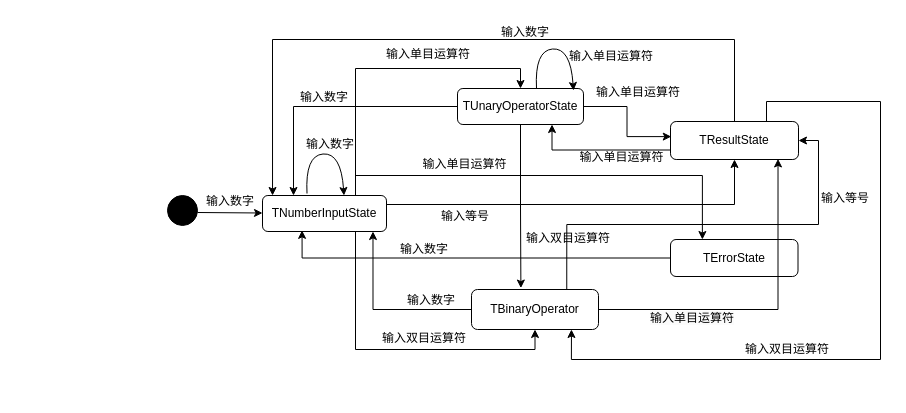
Above: images1/未命名绘图.drawio in Alemdx/pic-bed (draw.io), before the change. Source tidied: cells renumbered, new cells numbered last; positions are measured from the earlier drawing's top-left corner, leaving out a move shared by most shapes. Both pictures are drawn from the tidied source at 100%, with x=0, y=0 at pixel (167, 17).
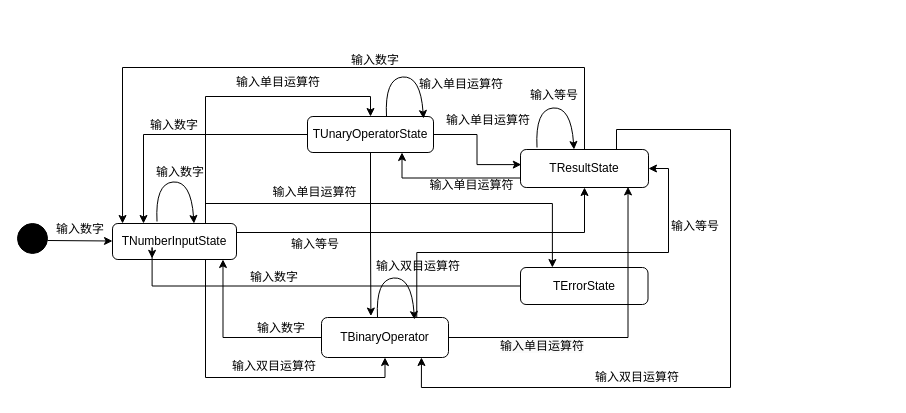
Above is the later version.

Change to the diagram source:
```diff
@@
+    <mxCell id="42" style="group;" parent="1" vertex="1">
+      <mxGeometry x="-150" y="28" width="713" height="347" as="geometry" />
+    </mxCell>
+    <mxCell id="3" value="TErrorState" style="rounded=1;whiteSpace=wrap;html=1;" parent="42" vertex="1">
+      <mxGeometry x="503" y="222" width="127.5" height="37" as="geometry" />
+    </mxCell>
+    <mxCell id="6" style="edgeStyle=orthogonalEdgeStyle;rounded=0;jettySize=auto;html=1;exitX=0.75;exitY=0;exitDx=0;exitDy=0;entryX=0.25;entryY=0;entryDx=0;entryDy=0;" parent="42" edge="1" source="8" target="3">
+      <mxGeometry relative="1" as="geometry" />
+    </mxCell>
+    <mxCell id="8" value="TNumberInputState" style="rounded=1;whiteSpace=wrap;html=1;" parent="42" vertex="1">
+      <mxGeometry x="95" y="178" width="124" height="36" as="geometry" />
+    </mxCell>
-    <mxCell id="2" style="edgeStyle=orthogonalEdgeStyle;rounded=0;jettySize=auto;html=1;exitX=0;exitY=0.5;exitDx=0;exitDy=0;entryX=0.319;entryY=0.968;entryDx=0;entryDy=0;entryPerimeter=0;" parent="1" edge="1" source="3" target="8">
+    <mxCell id="2" style="edgeStyle=orthogonalEdgeStyle;rounded=0;jettySize=auto;html=1;exitX=0;exitY=0.5;exitDx=0;exitDy=0;entryX=0.319;entryY=0.968;entryDx=0;entryDy=0;entryPerimeter=0;" parent="42" edge="1" source="3" target="8">
       <mxGeometry relative="1" as="geometry" />
     </mxCell>
-    <mxCell id="3" value="TErrorState" style="rounded=1;whiteSpace=wrap;html=1;" parent="1" vertex="1">
-      <mxGeometry x="503" y="222" width="127.5" height="37" as="geometry" />
-    </mxCell>
-    <mxCell id="4" style="edgeStyle=orthogonalEdgeStyle;rounded=0;jettySize=auto;html=1;exitX=0.75;exitY=0;exitDx=0;exitDy=0;entryX=0.5;entryY=0;entryDx=0;entryDy=0;" parent="1" edge="1" source="8" target="13">
-      <mxGeometry relative="1" as="geometry" />
-    </mxCell>
-    <mxCell id="5" style="edgeStyle=orthogonalEdgeStyle;rounded=0;jettySize=auto;html=1;exitX=1;exitY=0.25;exitDx=0;exitDy=0;" parent="1" edge="1" source="8" target="21">
-      <mxGeometry relative="1" as="geometry" />
-    </mxCell>
-    <mxCell id="6" style="edgeStyle=orthogonalEdgeStyle;rounded=0;jettySize=auto;html=1;exitX=0.75;exitY=0;exitDx=0;exitDy=0;entryX=0.25;entryY=0;entryDx=0;entryDy=0;" parent="1" edge="1" source="8" target="3">
-      <mxGeometry relative="1" as="geometry" />
-    </mxCell>
-    <mxCell id="7" style="edgeStyle=orthogonalEdgeStyle;rounded=0;jettySize=auto;html=1;exitX=0.75;exitY=1;exitDx=0;exitDy=0;entryX=0.5;entryY=1;entryDx=0;entryDy=0;" parent="1" edge="1" source="8" target="17">
-      <mxGeometry relative="1" as="geometry" />
-    </mxCell>
-    <mxCell id="8" value="TNumberInputState" style="rounded=1;whiteSpace=wrap;html=1;" parent="1" vertex="1">
-      <mxGeometry x="95" y="178" width="124" height="36" as="geometry" />
-    </mxCell>
-    <mxCell id="9" style="ellipse;fillColor=strokeColor;html=1;" parent="1" vertex="1">
+    <mxCell id="9" style="ellipse;fillColor=strokeColor;html=1;" parent="42" vertex="1">
       <mxGeometry y="178" width="30" height="30" as="geometry" />
     </mxCell>
-    <mxCell id="10" style="edgeStyle=orthogonalEdgeStyle;rounded=0;jettySize=auto;html=1;exitX=1;exitY=0.5;exitDx=0;exitDy=0;entryX=0.006;entryY=0.398;entryDx=0;entryDy=0;entryPerimeter=0;" parent="1" edge="1" source="13" target="21">
-      <mxGeometry relative="1" as="geometry" />
-    </mxCell>
-    <mxCell id="11" style="edgeStyle=orthogonalEdgeStyle;rounded=0;jettySize=auto;html=1;exitX=0.5;exitY=1;exitDx=0;exitDy=0;entryX=0.389;entryY=-0.036;entryDx=0;entryDy=0;entryPerimeter=0;" parent="1" edge="1" source="13" target="17">
-      <mxGeometry relative="1" as="geometry" />
-    </mxCell>
-    <mxCell id="12" style="edgeStyle=orthogonalEdgeStyle;rounded=0;jettySize=auto;html=1;exitX=0;exitY=0.5;exitDx=0;exitDy=0;entryX=0.25;entryY=0;entryDx=0;entryDy=0;" parent="1" edge="1" source="13" target="8">
+    <mxCell id="12" style="edgeStyle=orthogonalEdgeStyle;rounded=0;jettySize=auto;html=1;exitX=0;exitY=0.5;exitDx=0;exitDy=0;entryX=0.25;entryY=0;entryDx=0;entryDy=0;" parent="42" edge="1" source="13" target="8">
       <mxGeometry relative="1" as="geometry" />
     </mxCell>
-    <mxCell id="13" value="TUnaryOperatorState" style="rounded=1;whiteSpace=wrap;html=1;" parent="1" vertex="1">
+    <mxCell id="13" value="TUnaryOperatorState" style="rounded=1;whiteSpace=wrap;html=1;" parent="42" vertex="1">
       <mxGeometry x="290" y="71" width="126" height="36" as="geometry" />
     </mxCell>
-    <mxCell id="14" style="edgeStyle=orthogonalEdgeStyle;rounded=0;jettySize=auto;html=1;exitX=1;exitY=0.5;exitDx=0;exitDy=0;entryX=0.84;entryY=0.985;entryDx=0;entryDy=0;entryPerimeter=0;" parent="1" edge="1" source="17" target="21">
-      <mxGeometry relative="1" as="geometry" />
-    </mxCell>
-    <mxCell id="15" style="edgeStyle=orthogonalEdgeStyle;rounded=0;jettySize=auto;html=1;exitX=0.75;exitY=0;exitDx=0;exitDy=0;entryX=1;entryY=0.5;entryDx=0;entryDy=0;" parent="1" edge="1" source="17" target="21">
-      <mxGeometry relative="1" as="geometry" />
-    </mxCell>
+    <mxCell id="4" style="edgeStyle=orthogonalEdgeStyle;rounded=0;jettySize=auto;html=1;exitX=0.75;exitY=0;exitDx=0;exitDy=0;entryX=0.5;entryY=0;entryDx=0;entryDy=0;" parent="42" edge="1" source="8" target="13">
+      <mxGeometry relative="1" as="geometry" />
+    </mxCell>
-    <mxCell id="16" style="edgeStyle=orthogonalEdgeStyle;rounded=0;jettySize=auto;html=1;exitX=0;exitY=0.5;exitDx=0;exitDy=0;entryX=0.891;entryY=1;entryDx=0;entryDy=0;entryPerimeter=0;" parent="1" edge="1" source="17" target="8">
+    <mxCell id="16" style="edgeStyle=orthogonalEdgeStyle;rounded=0;jettySize=auto;html=1;exitX=0;exitY=0.5;exitDx=0;exitDy=0;entryX=0.891;entryY=1;entryDx=0;entryDy=0;entryPerimeter=0;" parent="42" edge="1" source="17" target="8">
       <mxGeometry relative="1" as="geometry" />
     </mxCell>
-    <mxCell id="17" value="TBinaryOperator" style="rounded=1;whiteSpace=wrap;html=1;" parent="1" vertex="1">
+    <mxCell id="17" value="TBinaryOperator" style="rounded=1;whiteSpace=wrap;html=1;" parent="42" vertex="1">
       <mxGeometry x="304" y="272" width="127" height="40" as="geometry" />
     </mxCell>
+    <mxCell id="7" style="edgeStyle=orthogonalEdgeStyle;rounded=0;jettySize=auto;html=1;exitX=0.75;exitY=1;exitDx=0;exitDy=0;entryX=0.5;entryY=1;entryDx=0;entryDy=0;" parent="42" edge="1" source="8" target="17">
+      <mxGeometry relative="1" as="geometry" />
+    </mxCell>
+    <mxCell id="11" style="edgeStyle=orthogonalEdgeStyle;rounded=0;jettySize=auto;html=1;exitX=0.5;exitY=1;exitDx=0;exitDy=0;entryX=0.389;entryY=-0.036;entryDx=0;entryDy=0;entryPerimeter=0;" parent="42" edge="1" source="13" target="17">
+      <mxGeometry relative="1" as="geometry" />
+    </mxCell>
-    <mxCell id="18" style="edgeStyle=orthogonalEdgeStyle;rounded=0;jettySize=auto;html=1;exitX=0.5;exitY=0;exitDx=0;exitDy=0;entryX=0.081;entryY=0;entryDx=0;entryDy=0;entryPerimeter=0;" parent="1" edge="1" source="21" target="8">
+    <mxCell id="18" style="edgeStyle=orthogonalEdgeStyle;rounded=0;jettySize=auto;html=1;exitX=0.5;exitY=0;exitDx=0;exitDy=0;entryX=0.081;entryY=0;entryDx=0;entryDy=0;entryPerimeter=0;" parent="42" edge="1" source="21" target="8">
       <mxGeometry relative="1" as="geometry">
         <Array as="points">
           <mxPoint x="567" y="22" />
           <mxPoint x="105" y="22" />
         </Array>
       </mxGeometry>
     </mxCell>
-    <mxCell id="19" style="edgeStyle=orthogonalEdgeStyle;rounded=0;jettySize=auto;html=1;exitX=0;exitY=0.75;exitDx=0;exitDy=0;entryX=0.75;entryY=1;entryDx=0;entryDy=0;" parent="1" edge="1" source="21" target="13">
+    <mxCell id="19" style="edgeStyle=orthogonalEdgeStyle;rounded=0;jettySize=auto;html=1;exitX=0;exitY=0.75;exitDx=0;exitDy=0;entryX=0.75;entryY=1;entryDx=0;entryDy=0;" parent="42" edge="1" source="21" target="13">
       <mxGeometry relative="1" as="geometry" />
     </mxCell>
-    <mxCell id="20" style="edgeStyle=orthogonalEdgeStyle;rounded=0;jettySize=auto;html=1;exitX=0.75;exitY=0;exitDx=0;exitDy=0;entryX=0.787;entryY=1;entryDx=0;entryDy=0;entryPerimeter=0;" parent="1" edge="1" source="21" target="17">
+    <mxCell id="20" style="edgeStyle=orthogonalEdgeStyle;rounded=0;jettySize=auto;html=1;exitX=0.75;exitY=0;exitDx=0;exitDy=0;entryX=0.787;entryY=1;entryDx=0;entryDy=0;entryPerimeter=0;" parent="42" edge="1" source="21" target="17">
       <mxGeometry relative="1" as="geometry">
         <Array as="points">
           <mxPoint x="599" y="84" />
           <mxPoint x="713" y="84" />
           <mxPoint x="713" y="342" />
           <mxPoint x="404" y="342" />
         </Array>
       </mxGeometry>
     </mxCell>
-    <mxCell id="21" value="TResultState" style="rounded=1;whiteSpace=wrap;html=1;" parent="1" vertex="1">
+    <mxCell id="21" value="TResultState" style="rounded=1;whiteSpace=wrap;html=1;" parent="42" vertex="1">
       <mxGeometry x="503" y="104" width="128" height="38" as="geometry" />
     </mxCell>
+    <mxCell id="5" style="edgeStyle=orthogonalEdgeStyle;rounded=0;jettySize=auto;html=1;exitX=1;exitY=0.25;exitDx=0;exitDy=0;" parent="42" edge="1" source="8" target="21">
+      <mxGeometry relative="1" as="geometry" />
+    </mxCell>
+    <mxCell id="10" style="edgeStyle=orthogonalEdgeStyle;rounded=0;jettySize=auto;html=1;exitX=1;exitY=0.5;exitDx=0;exitDy=0;entryX=0.006;entryY=0.398;entryDx=0;entryDy=0;entryPerimeter=0;" parent="42" edge="1" source="13" target="21">
+      <mxGeometry relative="1" as="geometry" />
+    </mxCell>
+    <mxCell id="14" style="edgeStyle=orthogonalEdgeStyle;rounded=0;jettySize=auto;html=1;exitX=1;exitY=0.5;exitDx=0;exitDy=0;entryX=0.84;entryY=0.985;entryDx=0;entryDy=0;entryPerimeter=0;" parent="42" edge="1" source="17" target="21">
+      <mxGeometry relative="1" as="geometry" />
+    </mxCell>
+    <mxCell id="15" style="edgeStyle=orthogonalEdgeStyle;rounded=0;jettySize=auto;html=1;exitX=0.75;exitY=0;exitDx=0;exitDy=0;entryX=1;entryY=0.5;entryDx=0;entryDy=0;" parent="42" edge="1" source="17" target="21">
+      <mxGeometry relative="1" as="geometry" />
+    </mxCell>
-    <mxCell id="22" style="endArrow=classic;html=1;rounded=0;" parent="1" edge="1" target="8">
+    <mxCell id="22" style="endArrow=classic;html=1;rounded=0;" parent="42" edge="1" target="8">
       <mxGeometry relative="1" as="geometry">
         <mxPoint x="30" y="195" as="sourcePoint" />
       </mxGeometry>
     </mxCell>
-    <mxCell id="23" value="输入数字" style="text;html=1;strokeColor=none;fillColor=none;align=center;verticalAlign=middle;whiteSpace=wrap;rounded=0;" parent="1" vertex="1">
+    <mxCell id="23" value="输入数字" style="text;html=1;strokeColor=none;fillColor=none;align=center;verticalAlign=middle;whiteSpace=wrap;rounded=0;" parent="42" vertex="1">
       <mxGeometry x="33" y="169" width="60" height="30" as="geometry" />
     </mxCell>
-    <mxCell id="24" value="输入单目运算符" style="text;html=1;strokeColor=none;fillColor=none;align=center;verticalAlign=middle;whiteSpace=wrap;rounded=0;" parent="1" vertex="1">
+    <mxCell id="24" value="输入单目运算符" style="text;html=1;strokeColor=none;fillColor=none;align=center;verticalAlign=middle;whiteSpace=wrap;rounded=0;" parent="42" vertex="1">
       <mxGeometry x="214" y="22" width="94" height="30" as="geometry" />
     </mxCell>
-    <mxCell id="25" value="输入单目运算符" style="text;html=1;strokeColor=none;fillColor=none;align=center;verticalAlign=middle;whiteSpace=wrap;rounded=0;" parent="1" vertex="1">
+    <mxCell id="25" value="输入单目运算符" style="text;html=1;strokeColor=none;fillColor=none;align=center;verticalAlign=middle;whiteSpace=wrap;rounded=0;" parent="42" vertex="1">
       <mxGeometry x="250" y="132" width="95" height="30" as="geometry" />
     </mxCell>
-    <mxCell id="26" value="输入等号" style="text;html=1;strokeColor=none;fillColor=none;align=center;verticalAlign=middle;whiteSpace=wrap;rounded=0;" parent="1" vertex="1">
+    <mxCell id="26" value="输入等号" style="text;html=1;strokeColor=none;fillColor=none;align=center;verticalAlign=middle;whiteSpace=wrap;rounded=0;" parent="42" vertex="1">
       <mxGeometry x="267.5" y="184" width="60" height="30" as="geometry" />
     </mxCell>
-    <mxCell id="27" value="输入双目运算符" style="text;html=1;strokeColor=none;fillColor=none;align=center;verticalAlign=middle;whiteSpace=wrap;rounded=0;" parent="1" vertex="1">
+    <mxCell id="27" value="输入双目运算符" style="text;html=1;strokeColor=none;fillColor=none;align=center;verticalAlign=middle;whiteSpace=wrap;rounded=0;" parent="42" vertex="1">
       <mxGeometry x="206" y="306" width="102" height="30" as="geometry" />
     </mxCell>
-    <mxCell id="28" value="输入单目运算符" style="text;html=1;strokeColor=none;fillColor=none;align=center;verticalAlign=middle;whiteSpace=wrap;rounded=0;" parent="1" vertex="1">
+    <mxCell id="28" value="输入单目运算符" style="text;html=1;strokeColor=none;fillColor=none;align=center;verticalAlign=middle;whiteSpace=wrap;rounded=0;" parent="42" vertex="1">
       <mxGeometry x="424" y="60" width="94" height="30" as="geometry" />
     </mxCell>
-    <mxCell id="29" value="输入双目运算符" style="text;html=1;strokeColor=none;fillColor=none;align=center;verticalAlign=middle;whiteSpace=wrap;rounded=0;" parent="1" vertex="1">
+    <mxCell id="29" value="输入双目运算符" style="text;html=1;strokeColor=none;fillColor=none;align=center;verticalAlign=middle;whiteSpace=wrap;rounded=0;" parent="42" vertex="1">
       <mxGeometry x="355" y="210" width="92" height="21" as="geometry" />
     </mxCell>
-    <mxCell id="30" value="&lt;span style=&quot;color: rgb(0, 0, 0); font-family: Helvetica; font-size: 12px; font-style: normal; font-variant-ligatures: normal; font-variant-caps: normal; font-weight: 400; letter-spacing: normal; orphans: 2; text-align: center; text-indent: 0px; text-transform: none; widows: 2; word-spacing: 0px; -webkit-text-stroke-width: 0px; background-color: rgb(251, 251, 251); text-decoration-thickness: initial; text-decoration-style: initial; text-decoration-color: initial; float: none; display: inline !important;&quot;&gt;输入单目运算符&lt;/span&gt;" style="text;whiteSpace=wrap;html=1;" parent="1" vertex="1">
+    <mxCell id="30" value="&lt;span style=&quot;color: rgb(0, 0, 0); font-family: Helvetica; font-size: 12px; font-style: normal; font-variant-ligatures: normal; font-variant-caps: normal; font-weight: 400; letter-spacing: normal; orphans: 2; text-align: center; text-indent: 0px; text-transform: none; widows: 2; word-spacing: 0px; -webkit-text-stroke-width: 0px; background-color: rgb(251, 251, 251); text-decoration-thickness: initial; text-decoration-style: initial; text-decoration-color: initial; float: none; display: inline !important;&quot;&gt;输入单目运算符&lt;/span&gt;" style="text;whiteSpace=wrap;html=1;" parent="42" vertex="1">
       <mxGeometry x="481" y="287" width="112" height="36" as="geometry" />
     </mxCell>
-    <mxCell id="31" value="输入等号" style="text;html=1;strokeColor=none;fillColor=none;align=center;verticalAlign=middle;whiteSpace=wrap;rounded=0;" parent="1" vertex="1">
+    <mxCell id="31" value="输入等号" style="text;html=1;strokeColor=none;fillColor=none;align=center;verticalAlign=middle;whiteSpace=wrap;rounded=0;" parent="42" vertex="1">
       <mxGeometry x="648" y="166" width="60" height="30" as="geometry" />
     </mxCell>
-    <mxCell id="32" value="输入数字" style="text;html=1;strokeColor=none;fillColor=none;align=center;verticalAlign=middle;whiteSpace=wrap;rounded=0;" parent="1" vertex="1">
+    <mxCell id="32" value="输入数字" style="text;html=1;strokeColor=none;fillColor=none;align=center;verticalAlign=middle;whiteSpace=wrap;rounded=0;" parent="42" vertex="1">
       <mxGeometry x="234" y="268" width="60" height="30" as="geometry" />
     </mxCell>
-    <mxCell id="33" value="输入数字" style="text;html=1;strokeColor=none;fillColor=none;align=center;verticalAlign=middle;whiteSpace=wrap;rounded=0;" parent="1" vertex="1">
+    <mxCell id="33" value="输入数字" style="text;html=1;strokeColor=none;fillColor=none;align=center;verticalAlign=middle;whiteSpace=wrap;rounded=0;" parent="42" vertex="1">
       <mxGeometry x="127" y="65" width="60" height="30" as="geometry" />
     </mxCell>
-    <mxCell id="34" value="输入数字" style="text;html=1;strokeColor=none;fillColor=none;align=center;verticalAlign=middle;whiteSpace=wrap;rounded=0;" parent="1" vertex="1">
+    <mxCell id="34" value="输入数字" style="text;html=1;strokeColor=none;fillColor=none;align=center;verticalAlign=middle;whiteSpace=wrap;rounded=0;" parent="42" vertex="1">
       <mxGeometry x="327.5" width="60" height="30" as="geometry" />
     </mxCell>
-    <mxCell id="35" value="输入单目运算符" style="text;html=1;strokeColor=none;fillColor=none;align=center;verticalAlign=middle;whiteSpace=wrap;rounded=0;" parent="1" vertex="1">
+    <mxCell id="35" value="输入单目运算符" style="text;html=1;strokeColor=none;fillColor=none;align=center;verticalAlign=middle;whiteSpace=wrap;rounded=0;" parent="42" vertex="1">
       <mxGeometry x="409" y="125" width="91" height="30" as="geometry" />
     </mxCell>
-    <mxCell id="36" value="输入双目运算符" style="text;html=1;strokeColor=none;fillColor=none;align=center;verticalAlign=middle;whiteSpace=wrap;rounded=0;" parent="1" vertex="1">
+    <mxCell id="36" value="输入双目运算符" style="text;html=1;strokeColor=none;fillColor=none;align=center;verticalAlign=middle;whiteSpace=wrap;rounded=0;" parent="42" vertex="1">
       <mxGeometry x="576" y="317" width="88" height="30" as="geometry" />
     </mxCell>
-    <mxCell id="37" value="输入数字" style="text;html=1;strokeColor=none;fillColor=none;align=center;verticalAlign=middle;whiteSpace=wrap;rounded=0;" parent="1" vertex="1">
+    <mxCell id="37" value="输入数字" style="text;html=1;strokeColor=none;fillColor=none;align=center;verticalAlign=middle;whiteSpace=wrap;rounded=0;" parent="42" vertex="1">
       <mxGeometry x="227" y="217" width="60" height="30" as="geometry" />
     </mxCell>
-    <mxCell id="38" style="curved=1;endArrow=classic;html=1;rounded=0;" parent="1" edge="1">
+    <mxCell id="38" style="curved=1;endArrow=classic;html=1;rounded=0;" parent="42" edge="1">
       <mxGeometry relative="1" as="geometry">
         <mxPoint x="369" y="71" as="sourcePoint" />
         <mxPoint x="406" y="73" as="targetPoint" />
         <Array as="points">
           <mxPoint x="367" y="33" />
           <mxPoint x="403" y="30" />
         </Array>
       </mxGeometry>
     </mxCell>
-    <mxCell id="39" value="输入单目运算符" style="text;html=1;strokeColor=none;fillColor=none;align=center;verticalAlign=middle;whiteSpace=wrap;rounded=0;" parent="1" vertex="1">
+    <mxCell id="39" value="输入单目运算符" style="text;html=1;strokeColor=none;fillColor=none;align=center;verticalAlign=middle;whiteSpace=wrap;rounded=0;" parent="42" vertex="1">
       <mxGeometry x="397" y="24" width="94" height="30" as="geometry" />
     </mxCell>
-    <mxCell id="40" style="curved=1;endArrow=classic;html=1;rounded=0;" parent="1" edge="1">
+    <mxCell id="40" style="curved=1;endArrow=classic;html=1;rounded=0;" parent="42" edge="1">
       <mxGeometry relative="1" as="geometry">
         <mxPoint x="139.5" y="176" as="sourcePoint" />
         <mxPoint x="176.5" y="178" as="targetPoint" />
         <Array as="points">
           <mxPoint x="137.5" y="138" />
           <mxPoint x="173.5" y="135" />
         </Array>
       </mxGeometry>
     </mxCell>
-    <mxCell id="41" value="输入数字" style="text;html=1;strokeColor=none;fillColor=none;align=center;verticalAlign=middle;whiteSpace=wrap;rounded=0;" parent="1" vertex="1">
+    <mxCell id="41" value="输入数字" style="text;html=1;strokeColor=none;fillColor=none;align=center;verticalAlign=middle;whiteSpace=wrap;rounded=0;" parent="42" vertex="1">
       <mxGeometry x="133" y="112" width="60" height="30" as="geometry" />
     </mxCell>
+    <mxCell id="43" style="curved=1;endArrow=classic;html=1;rounded=0;" parent="42" edge="1">
+      <mxGeometry relative="1" as="geometry">
+        <mxPoint x="360" y="272" as="sourcePoint" />
+        <mxPoint x="397" y="274" as="targetPoint" />
+        <Array as="points">
+          <mxPoint x="358" y="234" />
+          <mxPoint x="394" y="231" />
+        </Array>
+      </mxGeometry>
+    </mxCell>
+    <mxCell id="44" style="curved=1;endArrow=classic;html=1;rounded=0;" parent="42" edge="1">
+      <mxGeometry relative="1" as="geometry">
+        <mxPoint x="519.5" y="102" as="sourcePoint" />
+        <mxPoint x="556.5" y="104" as="targetPoint" />
+        <Array as="points">
+          <mxPoint x="517.5" y="64" />
+          <mxPoint x="553.5" y="61" />
+        </Array>
+      </mxGeometry>
+    </mxCell>
+    <mxCell id="45" value="输入等号" style="text;html=1;strokeColor=none;fillColor=none;align=center;verticalAlign=middle;whiteSpace=wrap;rounded=0;" parent="42" vertex="1">
+      <mxGeometry x="507" y="35" width="60" height="30" as="geometry" />
+    </mxCell>
```
